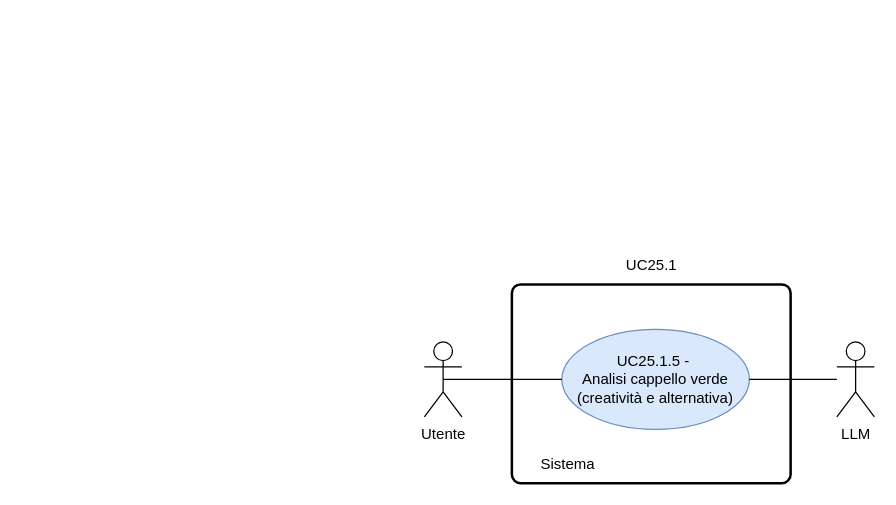
The draw.io diagram RTB/doc_esterna/analisi-dei-requisiti/assets/draw.io/UC25.1.5.drawio in thebitless-group-swe/thebitless.github.io, before the edit. Source tidied: cells renumbered, new cells numbered last; positions are measured from the earlier drawing's top-left corner, leaving out a move shared by most shapes. Both pictures are drawn from the tidied source at 125%, with x=0, y=0 at pixel (424, 246).
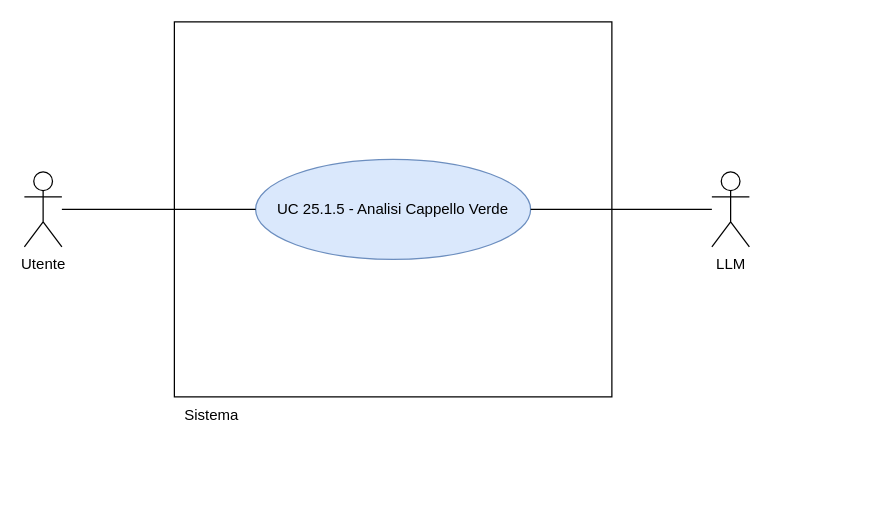
The same diagram, later.

The edit, as a diff of the source:
```diff
@@
 <mxGraphModel>
   <root>
     <mxCell id="0" />
     <mxCell id="1" parent="0" />
-    <mxCell id="2" style="rounded=1;whiteSpace=wrap;html=1;absoluteArcSize=1;arcSize=14;strokeWidth=2;" parent="1" vertex="1">
-      <mxGeometry x="70" y="30" width="223" height="159" as="geometry" />
-    </mxCell>
     <mxCell id="3" value="Utente" style="shape=umlActor;verticalLabelPosition=bottom;verticalAlign=top;html=1;outlineConnect=0;" parent="1" vertex="1">
-      <mxGeometry y="76" width="30" height="60" as="geometry" />
+      <mxGeometry x="-320" y="-60" width="30" height="60" as="geometry" />
     </mxCell>
+    <mxCell id="9" value="LLM" style="shape=umlActor;verticalLabelPosition=bottom;verticalAlign=top;html=1;outlineConnect=0;" parent="1" vertex="1">
+      <mxGeometry x="230" y="-60" width="30" height="60" as="geometry" />
+    </mxCell>
+    <mxCell id="10" style="whiteSpace=wrap;html=1;" parent="1" vertex="1">
+      <mxGeometry x="-200" y="-180" width="350" height="300" as="geometry" />
+    </mxCell>
     <mxCell id="4" value="Sistema" style="text;html=1;whiteSpace=wrap;strokeColor=none;fillColor=none;align=center;verticalAlign=middle;rounded=0;" parent="1" vertex="1">
-      <mxGeometry x="70" y="159" width="90" height="30" as="geometry" />
+      <mxGeometry x="-200" y="120" width="60" height="30" as="geometry" />
     </mxCell>
-    <mxCell id="5" value="UC25.1.5 -&amp;nbsp;&lt;div&gt;Analisi cappello verde (creatività e alternativa)&lt;/div&gt;" style="ellipse;whiteSpace=wrap;html=1;fillColor=#dae8fc;strokeColor=#6c8ebf;" parent="1" vertex="1">
-      <mxGeometry x="110" y="66" width="150" height="80" as="geometry" />
-    </mxCell>
-    <mxCell id="6" style="endArrow=none;html=1;rounded=0;exitX=0.5;exitY=0.5;exitDx=0;exitDy=0;exitPerimeter=0;entryX=0;entryY=0.5;entryDx=0;entryDy=0;" parent="1" edge="1" source="3" target="5">
-      <mxGeometry relative="1" as="geometry" />
-    </mxCell>
-    <mxCell id="7" value="UC25.1" style="text;html=1;whiteSpace=wrap;strokeColor=none;fillColor=none;align=center;verticalAlign=middle;rounded=0;" parent="1" vertex="1">
-      <mxGeometry x="151.5" width="60" height="30" as="geometry" />
-    </mxCell>
-    <mxCell id="8" style="edgeStyle=orthogonalEdgeStyle;rounded=0;jettySize=auto;html=1;endArrow=none;endFill=0;" parent="1" edge="1" source="9" target="5">
-      <mxGeometry relative="1" as="geometry" />
-    </mxCell>
-    <mxCell id="9" value="LLM" style="shape=umlActor;verticalLabelPosition=bottom;verticalAlign=top;html=1;outlineConnect=0;" parent="1" vertex="1">
-      <mxGeometry x="330" y="76" width="30" height="60" as="geometry" />
-    </mxCell>
+    <mxCell id="11" value="UC 25.1.5 - Analisi Cappello Verde" style="ellipse;whiteSpace=wrap;html=1;fillColor=#dae8fc;strokeColor=#6c8ebf;" parent="1" vertex="1">
+      <mxGeometry x="-135" y="-70" width="220" height="80" as="geometry" />
+    </mxCell>
+    <mxCell id="12" style="edgeStyle=none;rounded=0;jettySize=auto;html=1;endArrow=none;endFill=0;" parent="1" edge="1" source="3" target="11">
+      <mxGeometry relative="1" as="geometry" />
+    </mxCell>
+    <mxCell id="13" style="edgeStyle=none;rounded=0;jettySize=auto;html=1;endArrow=none;endFill=0;" parent="1" edge="1" source="9" target="11">
+      <mxGeometry relative="1" as="geometry" />
+    </mxCell>
   </root>
 </mxGraphModel>
```
